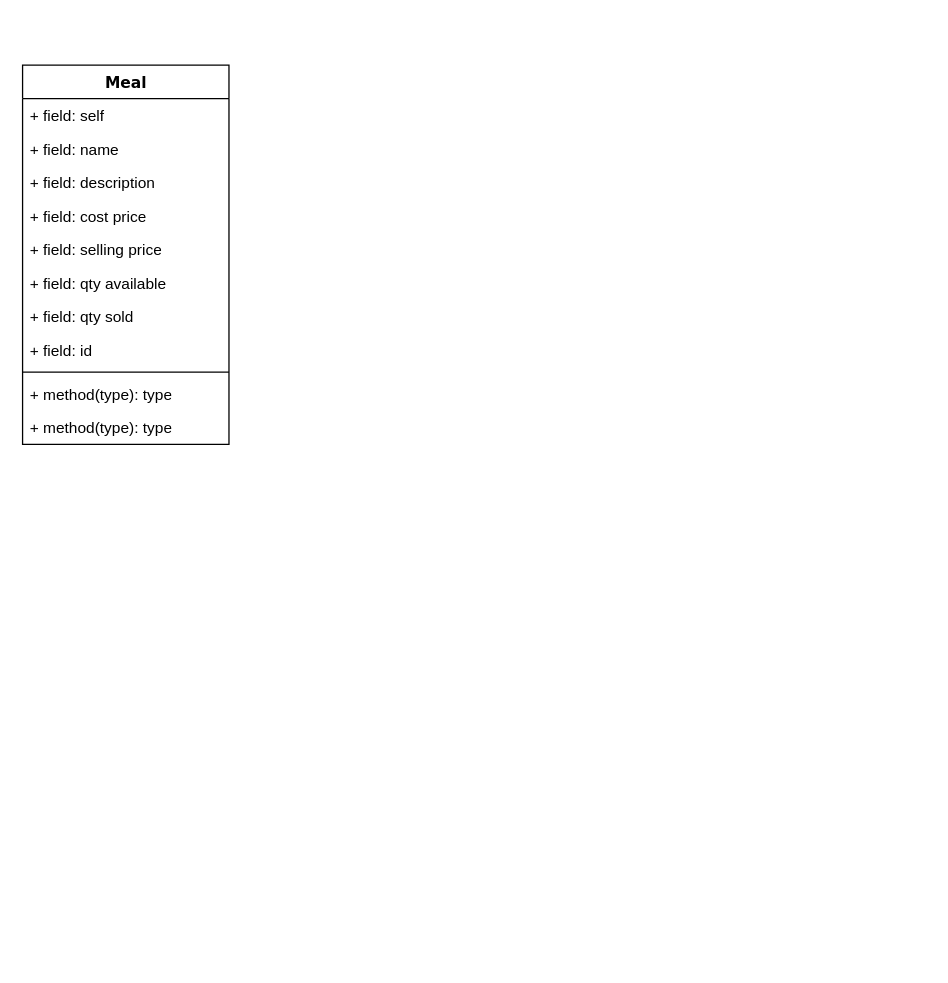
This is documentation/Class Diagram.drawio from KryptoFlamingo/Inventory_Management_App, a draw.io file, before an edit. Source tidied: cells renumbered, new cells numbered last; positions are measured from the earlier drawing's top-left corner, leaving out a move shared by most shapes. Both pictures are drawn from the tidied source at 129%, with x=0, y=0 at pixel (22, 64).
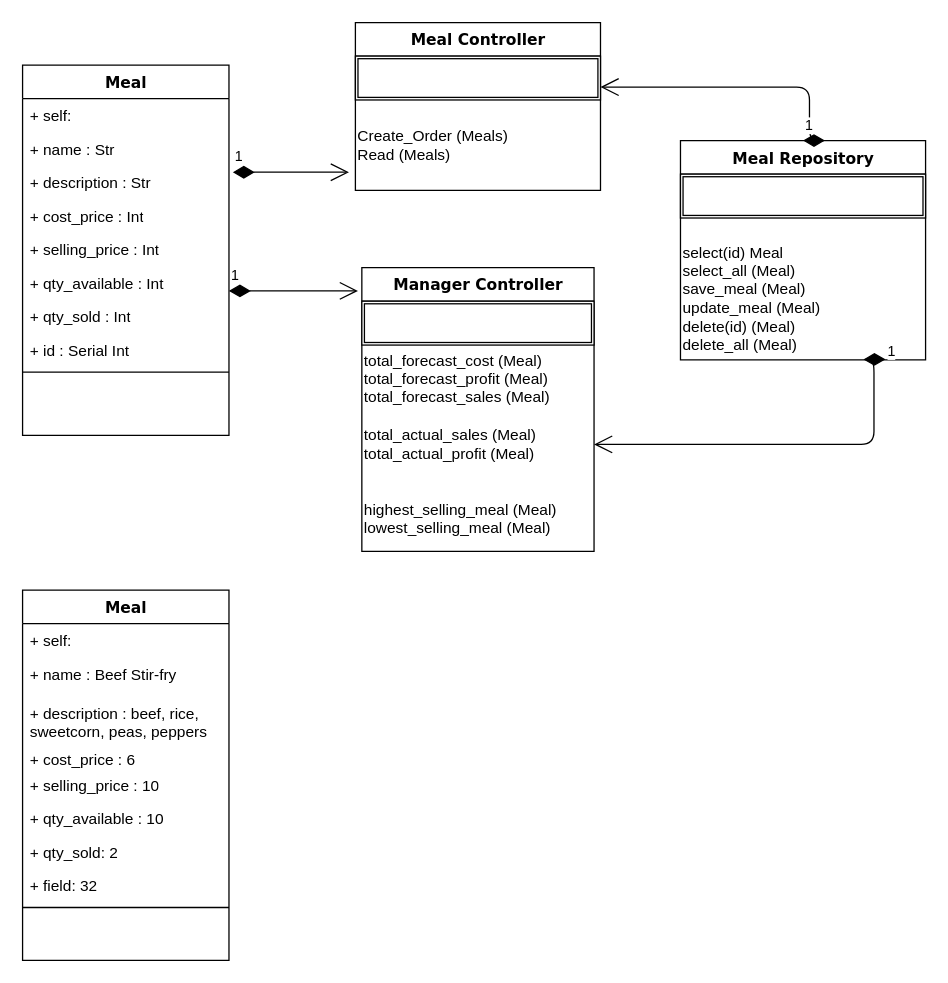
The same diagram, later.

What changed in the source:
```diff
@@
     <mxCell id="2" value="Meal" style="swimlane;html=1;fontStyle=1;align=center;verticalAlign=top;horizontal=1;startSize=26;swimlaneFillColor=#ffffff;rounded=0;shadow=0;comic=0;labelBackgroundColor=none;strokeWidth=1;fillColor=none;fontFamily=Verdana;fontSize=12;" parent="1" vertex="1">
-      <mxGeometry width="160" height="294" as="geometry" />
+      <mxGeometry width="160" height="287" as="geometry" />
     </mxCell>
-    <mxCell id="3" value="+ field: self" style="text;html=1;strokeColor=none;fillColor=none;align=left;verticalAlign=top;spacingLeft=4;spacingRight=4;whiteSpace=wrap;overflow=hidden;" parent="2" vertex="1">
+    <mxCell id="3" value="+ self:" style="text;html=1;strokeColor=none;fillColor=none;align=left;verticalAlign=top;spacingLeft=4;spacingRight=4;whiteSpace=wrap;overflow=hidden;" parent="2" vertex="1">
       <mxGeometry y="26" width="160" height="26" as="geometry" />
     </mxCell>
-    <mxCell id="4" value="+ field: name" style="text;html=1;strokeColor=none;fillColor=none;align=left;verticalAlign=top;spacingLeft=4;spacingRight=4;whiteSpace=wrap;overflow=hidden;" parent="2" vertex="1">
+    <mxCell id="4" value="+ name : Str" style="text;html=1;strokeColor=none;fillColor=none;align=left;verticalAlign=top;spacingLeft=4;spacingRight=4;whiteSpace=wrap;overflow=hidden;" parent="2" vertex="1">
       <mxGeometry y="52" width="160" height="26" as="geometry" />
     </mxCell>
-    <mxCell id="5" value="+ field: description" style="text;html=1;strokeColor=none;fillColor=none;align=left;verticalAlign=top;spacingLeft=4;spacingRight=4;whiteSpace=wrap;overflow=hidden;" parent="2" vertex="1">
+    <mxCell id="5" value="+ description : Str" style="text;html=1;strokeColor=none;fillColor=none;align=left;verticalAlign=top;spacingLeft=4;spacingRight=4;whiteSpace=wrap;overflow=hidden;" parent="2" vertex="1">
       <mxGeometry y="78" width="160" height="26" as="geometry" />
     </mxCell>
-    <mxCell id="6" value="+ field: cost price" style="text;html=1;strokeColor=none;fillColor=none;align=left;verticalAlign=top;spacingLeft=4;spacingRight=4;whiteSpace=wrap;overflow=hidden;" parent="2" vertex="1">
+    <mxCell id="6" value="+ cost_price : Int" style="text;html=1;strokeColor=none;fillColor=none;align=left;verticalAlign=top;spacingLeft=4;spacingRight=4;whiteSpace=wrap;overflow=hidden;" parent="2" vertex="1">
       <mxGeometry y="104" width="160" height="26" as="geometry" />
     </mxCell>
-    <mxCell id="7" value="+ field: selling price" style="text;html=1;strokeColor=none;fillColor=none;align=left;verticalAlign=top;spacingLeft=4;spacingRight=4;whiteSpace=wrap;overflow=hidden;" parent="2" vertex="1">
+    <mxCell id="7" value="+ selling_price : Int" style="text;html=1;strokeColor=none;fillColor=none;align=left;verticalAlign=top;spacingLeft=4;spacingRight=4;whiteSpace=wrap;overflow=hidden;" parent="2" vertex="1">
       <mxGeometry y="130" width="160" height="26" as="geometry" />
     </mxCell>
-    <mxCell id="8" value="+ field: qty available" style="text;html=1;strokeColor=none;fillColor=none;align=left;verticalAlign=top;spacingLeft=4;spacingRight=4;whiteSpace=wrap;overflow=hidden;" parent="2" vertex="1">
+    <mxCell id="8" value="+ qty_available : Int" style="text;html=1;strokeColor=none;fillColor=none;align=left;verticalAlign=top;spacingLeft=4;spacingRight=4;whiteSpace=wrap;overflow=hidden;" parent="2" vertex="1">
       <mxGeometry y="156" width="160" height="26" as="geometry" />
     </mxCell>
-    <mxCell id="9" value="+ field: qty sold" style="text;html=1;strokeColor=none;fillColor=none;align=left;verticalAlign=top;spacingLeft=4;spacingRight=4;whiteSpace=wrap;overflow=hidden;" parent="2" vertex="1">
+    <mxCell id="9" value="+ qty_sold : Int" style="text;html=1;strokeColor=none;fillColor=none;align=left;verticalAlign=top;spacingLeft=4;spacingRight=4;whiteSpace=wrap;overflow=hidden;" parent="2" vertex="1">
       <mxGeometry y="182" width="160" height="26" as="geometry" />
     </mxCell>
-    <mxCell id="10" value="+ field: id" style="text;html=1;strokeColor=none;fillColor=none;align=left;verticalAlign=top;spacingLeft=4;spacingRight=4;whiteSpace=wrap;overflow=hidden;" parent="2" vertex="1">
+    <mxCell id="10" value="+ id : Serial Int" style="text;html=1;strokeColor=none;fillColor=none;align=left;verticalAlign=top;spacingLeft=4;spacingRight=4;whiteSpace=wrap;overflow=hidden;" parent="2" vertex="1">
       <mxGeometry y="208" width="160" height="26" as="geometry" />
     </mxCell>
@@
-    <mxCell id="12" value="+ method(type): type" style="text;html=1;strokeColor=none;fillColor=none;align=left;verticalAlign=top;spacingLeft=4;spacingRight=4;whiteSpace=wrap;overflow=hidden;" parent="2" vertex="1">
-      <mxGeometry y="242" width="160" height="26" as="geometry" />
-    </mxCell>
-    <mxCell id="13" value="+ method(type): type" style="text;html=1;strokeColor=none;fillColor=none;align=left;verticalAlign=top;spacingLeft=4;spacingRight=4;whiteSpace=wrap;overflow=hidden;" parent="2" vertex="1">
-      <mxGeometry y="268" width="160" height="26" as="geometry" />
-    </mxCell>
+    <mxCell id="14" value="Manager Controller" style="swimlane;html=1;fontStyle=1;align=center;verticalAlign=top;horizontal=1;startSize=26;swimlaneFillColor=#ffffff;rounded=0;shadow=0;comic=0;labelBackgroundColor=none;strokeWidth=1;fillColor=none;fontFamily=Verdana;fontSize=12;" parent="1" vertex="1">
+      <mxGeometry x="263" y="157" width="180" height="220" as="geometry" />
+    </mxCell>
+    <mxCell id="15" style="group;" parent="14" vertex="1">
+      <mxGeometry y="26" width="180" height="188" as="geometry" />
+    </mxCell>
+    <mxCell id="16" style="shape=ext;double=1;rounded=0;whiteSpace=wrap;html=1;" parent="15" vertex="1">
+      <mxGeometry width="180" height="34" as="geometry" />
+    </mxCell>
+    <mxCell id="17" value="&lt;blockquote style=&quot;margin: 0 0 0 40px ; border: none ; padding: 0px&quot;&gt;&lt;/blockquote&gt;&lt;span&gt;&lt;div&gt;&lt;span&gt;total_forecast_cost (Meal)&lt;/span&gt;&lt;/div&gt;&lt;/span&gt;&lt;blockquote style=&quot;margin: 0 0 0 40px ; border: none ; padding: 0px&quot;&gt;&lt;/blockquote&gt;&lt;span&gt;&lt;div&gt;&lt;span&gt;total_forecast_profit (Meal)&lt;/span&gt;&lt;/div&gt;&lt;/span&gt;&lt;blockquote style=&quot;margin: 0 0 0 40px ; border: none ; padding: 0px&quot;&gt;&lt;/blockquote&gt;&lt;span&gt;&lt;div&gt;&lt;span&gt;total_forecast_sales (Meal)&lt;/span&gt;&lt;/div&gt;&lt;/span&gt;&lt;div&gt;&lt;br&gt;&lt;/div&gt;&lt;blockquote style=&quot;margin: 0 0 0 40px ; border: none ; padding: 0px&quot;&gt;&lt;/blockquote&gt;&lt;span&gt;&lt;div&gt;&lt;span&gt;total_actual_sales (Meal)&lt;/span&gt;&lt;/div&gt;&lt;/span&gt;&lt;blockquote style=&quot;margin: 0 0 0 40px ; border: none ; padding: 0px&quot;&gt;&lt;/blockquote&gt;&lt;span&gt;&lt;div&gt;&lt;span&gt;total_actual_profit (Meal)&lt;/span&gt;&lt;/div&gt;&lt;/span&gt;&lt;div&gt;&lt;br&gt;&lt;/div&gt;&lt;div&gt;&lt;br&gt;&lt;/div&gt;&lt;blockquote style=&quot;margin: 0 0 0 40px ; border: none ; padding: 0px&quot;&gt;&lt;/blockquote&gt;&lt;span&gt;&lt;div&gt;&lt;span&gt;highest_selling_meal (Meal)&lt;/span&gt;&lt;/div&gt;&lt;/span&gt;&lt;div&gt;&lt;span&gt;lowest_selling_meal (Meal)&lt;/span&gt;&lt;/div&gt;" style="text;html=1;strokeColor=none;fillColor=none;align=left;verticalAlign=middle;whiteSpace=wrap;rounded=0;" parent="15" vertex="1">
+      <mxGeometry y="34" width="180" height="154" as="geometry" />
+    </mxCell>
+    <mxCell id="18" value="Meal Controller" style="swimlane;html=1;fontStyle=1;align=center;verticalAlign=top;horizontal=1;startSize=26;swimlaneFillColor=#ffffff;rounded=0;shadow=0;comic=0;labelBackgroundColor=none;strokeWidth=1;fillColor=none;fontFamily=Verdana;fontSize=12;" parent="1" vertex="1">
+      <mxGeometry x="258" y="-33" width="190" height="130" as="geometry" />
+    </mxCell>
+    <mxCell id="19" style="shape=ext;double=1;rounded=0;whiteSpace=wrap;html=1;" parent="18" vertex="1">
+      <mxGeometry y="26" width="190" height="34" as="geometry" />
+    </mxCell>
+    <mxCell id="20" value="&lt;blockquote style=&quot;margin: 0 0 0 40px ; border: none ; padding: 0px&quot;&gt;&lt;/blockquote&gt;&lt;span&gt;Create_Order (Meals)&lt;br&gt;Read (Meals)&lt;br&gt;&lt;/span&gt;" style="text;html=1;strokeColor=none;fillColor=none;align=left;verticalAlign=middle;whiteSpace=wrap;rounded=0;" parent="18" vertex="1">
+      <mxGeometry y="60" width="190" height="70" as="geometry" />
+    </mxCell>
+    <mxCell id="21" value="1" style="endArrow=open;html=1;endSize=12;startArrow=diamondThin;startSize=14;startFill=1;edgeStyle=orthogonalEdgeStyle;align=left;verticalAlign=bottom;" parent="1" edge="1">
+      <mxGeometry x="-1" y="3" relative="1" as="geometry">
+        <mxPoint x="160" y="175" as="sourcePoint" />
+        <mxPoint x="260" y="175" as="targetPoint" />
+      </mxGeometry>
+    </mxCell>
+    <mxCell id="22" value="1" style="endArrow=open;html=1;endSize=12;startArrow=diamondThin;startSize=14;startFill=1;edgeStyle=orthogonalEdgeStyle;align=left;verticalAlign=bottom;" parent="1" edge="1">
+      <mxGeometry x="-1" y="3" relative="1" as="geometry">
+        <mxPoint x="163" y="83" as="sourcePoint" />
+        <mxPoint x="253" y="83" as="targetPoint" />
+      </mxGeometry>
+    </mxCell>
+    <mxCell id="23" value="Meal Repository" style="swimlane;html=1;fontStyle=1;align=center;verticalAlign=top;horizontal=1;startSize=26;swimlaneFillColor=#ffffff;rounded=0;shadow=0;comic=0;labelBackgroundColor=none;strokeWidth=1;fillColor=none;fontFamily=Verdana;fontSize=12;" parent="1" vertex="1">
+      <mxGeometry x="510" y="58.5" width="190" height="170" as="geometry" />
+    </mxCell>
+    <mxCell id="24" style="shape=ext;double=1;rounded=0;whiteSpace=wrap;html=1;" parent="23" vertex="1">
+      <mxGeometry y="26" width="190" height="34" as="geometry" />
+    </mxCell>
+    <mxCell id="25" value="&lt;blockquote style=&quot;margin: 0 0 0 40px ; border: none ; padding: 0px&quot;&gt;&lt;/blockquote&gt;&lt;span&gt;&lt;br&gt;select(id) Meal&lt;br&gt;select_all (Meal)&lt;br&gt;save_meal (Meal)&lt;br&gt;update_meal (Meal)&lt;br&gt;delete(id) (Meal)&lt;br&gt;delete_all (Meal)&lt;br&gt;&lt;/span&gt;" style="text;html=1;strokeColor=none;fillColor=none;align=left;verticalAlign=middle;whiteSpace=wrap;rounded=0;" parent="23" vertex="1">
+      <mxGeometry y="60" width="190" height="110" as="geometry" />
+    </mxCell>
+    <mxCell id="26" value="1" style="endArrow=open;html=1;endSize=12;startArrow=diamondThin;startSize=14;startFill=1;edgeStyle=orthogonalEdgeStyle;align=left;verticalAlign=bottom;entryX=1;entryY=0.5;entryDx=0;entryDy=0;exitX=0.836;exitY=0.996;exitDx=0;exitDy=0;exitPerimeter=0;" parent="1" edge="1" source="25" target="17">
+      <mxGeometry x="-1" y="3" relative="1" as="geometry">
+        <Array as="points">
+          <mxPoint x="660" y="228" />
+          <mxPoint x="660" y="294" />
+        </Array>
+      </mxGeometry>
+    </mxCell>
+    <mxCell id="27" value="1" style="endArrow=open;html=1;endSize=12;startArrow=diamondThin;startSize=14;startFill=1;edgeStyle=orthogonalEdgeStyle;align=left;verticalAlign=bottom;exitX=0.5;exitY=0;exitDx=0;exitDy=0;" parent="1" edge="1" source="23">
+      <mxGeometry x="-1" y="3" relative="1" as="geometry">
+        <mxPoint x="448" y="17" as="targetPoint" />
+        <Array as="points">
+          <mxPoint x="610" y="59" />
+          <mxPoint x="610" y="17" />
+        </Array>
+      </mxGeometry>
+    </mxCell>
+    <mxCell id="28" value="Meal" style="swimlane;html=1;fontStyle=1;align=center;verticalAlign=top;horizontal=1;startSize=26;swimlaneFillColor=#ffffff;rounded=0;shadow=0;comic=0;labelBackgroundColor=none;strokeWidth=1;fillColor=none;fontFamily=Verdana;fontSize=12;" parent="1" vertex="1">
+      <mxGeometry y="407" width="160" height="287" as="geometry" />
+    </mxCell>
+    <mxCell id="29" value="+ self:" style="text;html=1;strokeColor=none;fillColor=none;align=left;verticalAlign=top;spacingLeft=4;spacingRight=4;whiteSpace=wrap;overflow=hidden;" parent="28" vertex="1">
+      <mxGeometry y="26" width="160" height="26" as="geometry" />
+    </mxCell>
+    <mxCell id="30" value="+ name : Beef Stir-fry" style="text;html=1;strokeColor=none;fillColor=none;align=left;verticalAlign=top;spacingLeft=4;spacingRight=4;whiteSpace=wrap;overflow=hidden;" parent="28" vertex="1">
+      <mxGeometry y="52" width="160" height="30" as="geometry" />
+    </mxCell>
+    <mxCell id="31" value="+ description : beef, rice, sweetcorn, peas, peppers" style="text;html=1;strokeColor=none;fillColor=none;align=left;verticalAlign=top;spacingLeft=4;spacingRight=4;whiteSpace=wrap;overflow=hidden;" parent="28" vertex="1">
+      <mxGeometry y="82" width="160" height="36" as="geometry" />
+    </mxCell>
+    <mxCell id="32" value="+ cost_price : 6" style="text;html=1;strokeColor=none;fillColor=none;align=left;verticalAlign=top;spacingLeft=4;spacingRight=4;whiteSpace=wrap;overflow=hidden;" parent="28" vertex="1">
+      <mxGeometry y="118" width="160" height="20" as="geometry" />
+    </mxCell>
+    <mxCell id="33" value="+ selling_price : 10" style="text;html=1;strokeColor=none;fillColor=none;align=left;verticalAlign=top;spacingLeft=4;spacingRight=4;whiteSpace=wrap;overflow=hidden;" parent="28" vertex="1">
+      <mxGeometry y="138" width="160" height="26" as="geometry" />
+    </mxCell>
+    <mxCell id="34" value="+ qty_available : 10" style="text;html=1;strokeColor=none;fillColor=none;align=left;verticalAlign=top;spacingLeft=4;spacingRight=4;whiteSpace=wrap;overflow=hidden;" parent="28" vertex="1">
+      <mxGeometry y="164" width="160" height="26" as="geometry" />
+    </mxCell>
+    <mxCell id="35" value="+ qty_sold: 2" style="text;html=1;strokeColor=none;fillColor=none;align=left;verticalAlign=top;spacingLeft=4;spacingRight=4;whiteSpace=wrap;overflow=hidden;" parent="28" vertex="1">
+      <mxGeometry y="190" width="160" height="26" as="geometry" />
+    </mxCell>
+    <mxCell id="36" value="+ field: 32" style="text;html=1;strokeColor=none;fillColor=none;align=left;verticalAlign=top;spacingLeft=4;spacingRight=4;whiteSpace=wrap;overflow=hidden;" parent="28" vertex="1">
+      <mxGeometry y="216" width="160" height="26" as="geometry" />
+    </mxCell>
+    <mxCell id="37" style="line;html=1;strokeWidth=1;fillColor=none;align=left;verticalAlign=middle;spacingTop=-1;spacingLeft=3;spacingRight=3;labelPosition=right;" parent="28" vertex="1">
+      <mxGeometry y="242" width="160" height="8" as="geometry" />
+    </mxCell>
```
